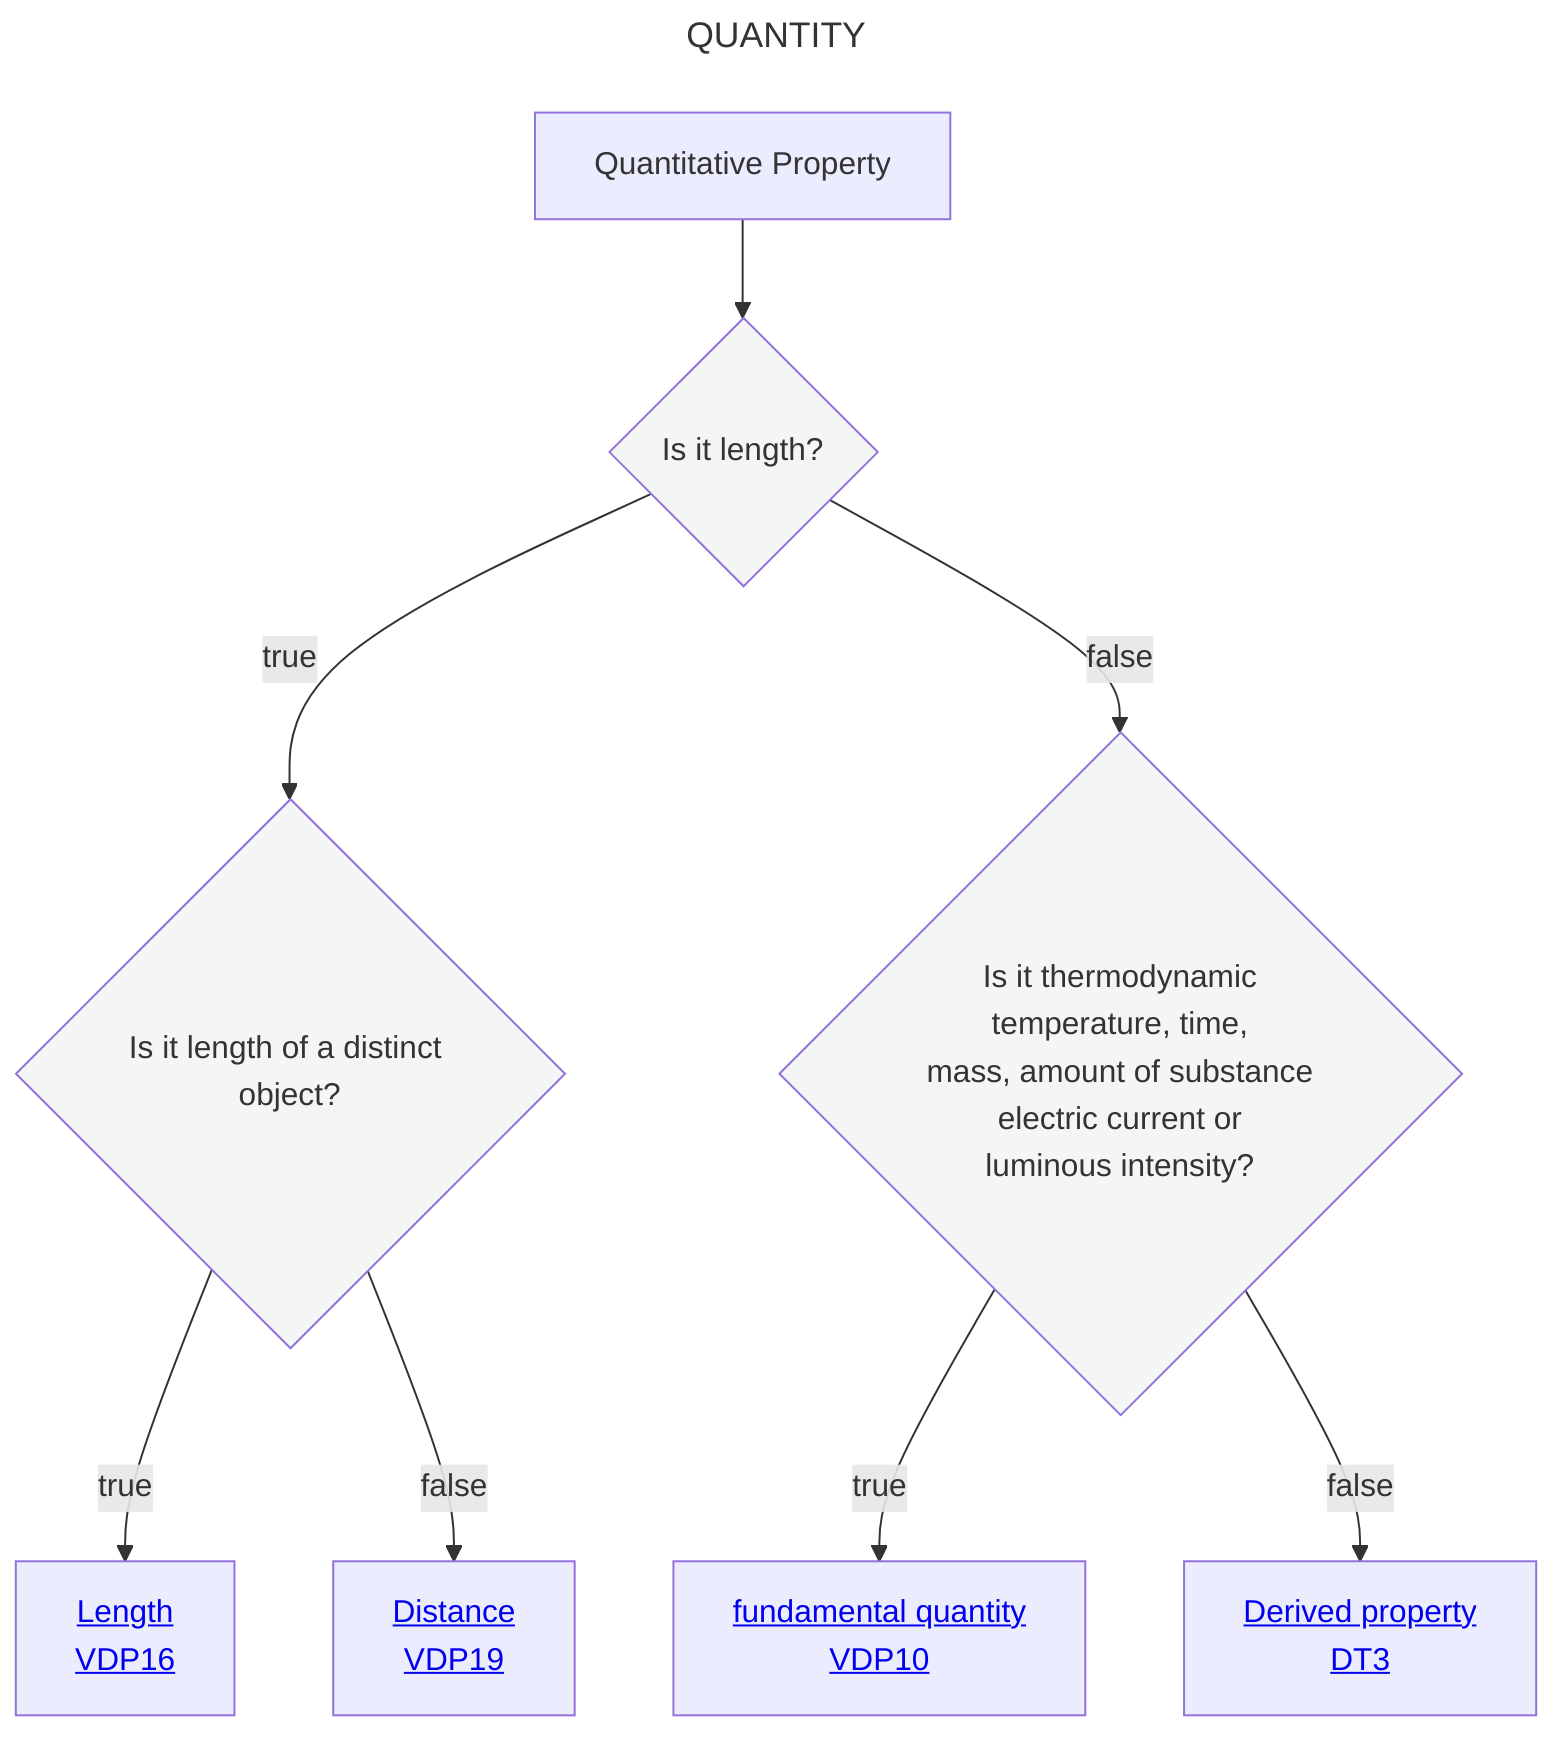
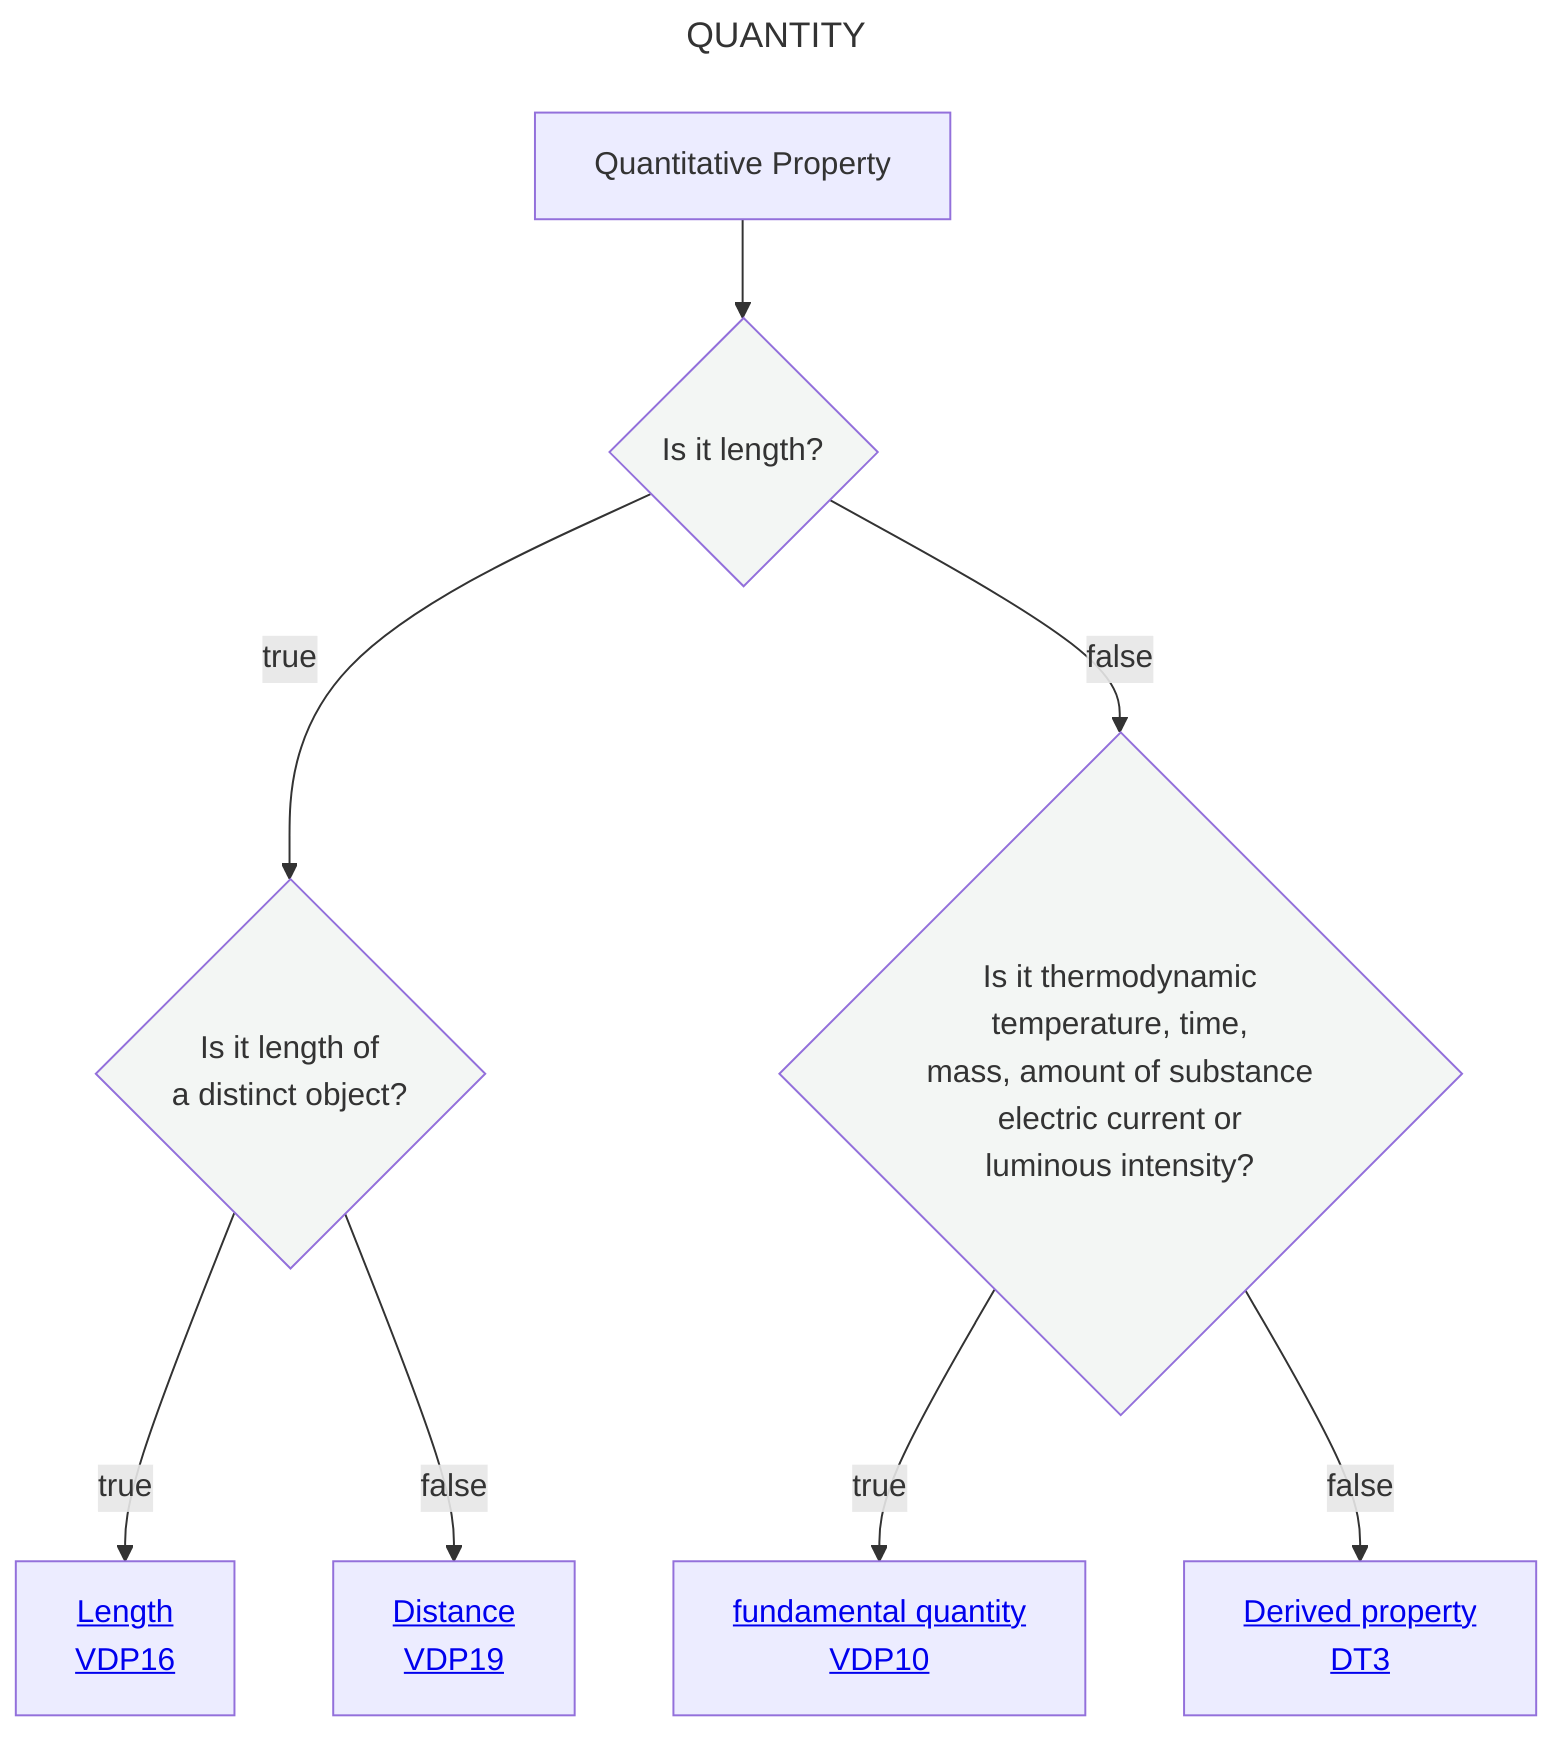
---
title: QUANTITY
---
flowchart TD
    A[Quantitative Property] --> C{Is it length?}:::white
-     C --> |true|E{Is it length of a distinct object?}:::white
+     C --> |true|E{Is it length of <br> a distinct object?}:::white
    C --> |false|F{Is it thermodynamic <br> temperature, time,  <br> mass, amount of substance <br> electric current or <br> luminous intensity?}:::white
    F --> |true|G[<a href='https://github.com/mabablue/I-ADOPT-patterns-playground/blob/main/pattern/VDP10.yaml'>fundamental quantity <br> VDP10</a>]
    F --> |false|M[<a href='https://github.com/mabablue/I-ADOPT-patterns-playground/blob/main/Decisition_trees/DT3.mmd'>Derived property <br> DT3</a>]
    E --> |true|N[<a href='https://github.com/mabablue/I-ADOPT-patterns-playground/blob/main/pattern/VDP16.yaml'>Length <br> VDP16</a>]
    E --> |false|O[<a href='https://github.com/mabablue/I-ADOPT-patterns-playground/blob/main/pattern/VDP19.yaml'>Distance <br> VDP19</a>]
   classDef blue fill:#90D5FF
   classDef satblue fill:#57B9FF
   classDef white fill:#f3f6f4
   classDef green fill:#6aa84f
